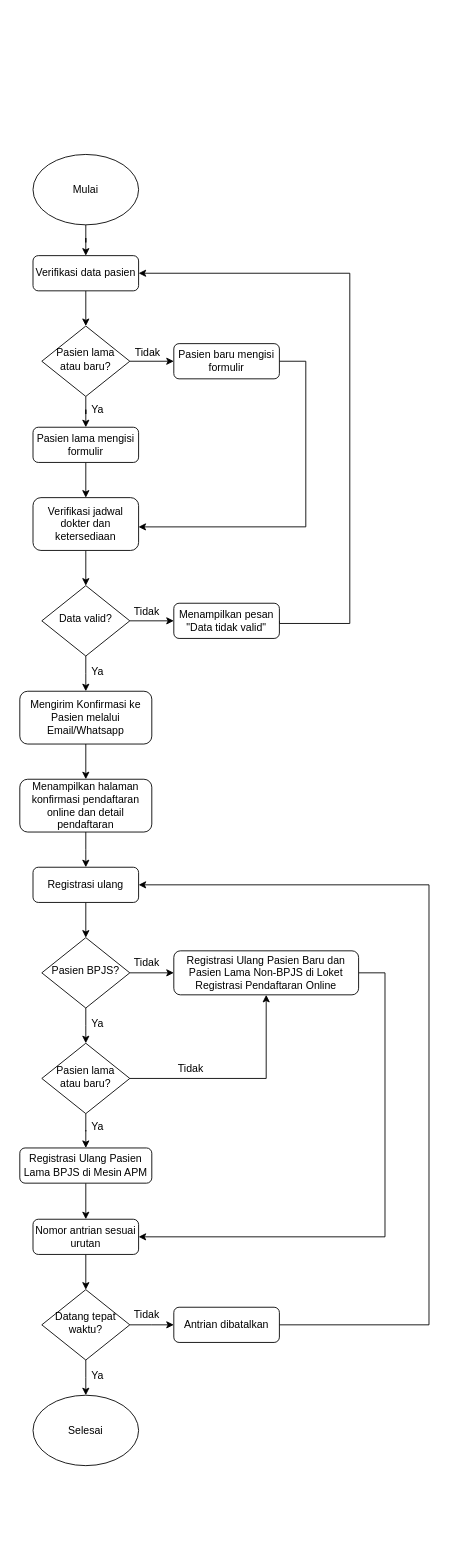
Above: page "flowchart" (1 of 6) of Final Task KlinikGo.drawio.xml in evelynwijayaa/KlinikGo-Rakamin (draw.io), before the change. Source tidied: cells renumbered, new cells numbered last; positions are measured from the earlier drawing's top-left corner, leaving out a move shared by most shapes. Both pictures are drawn from the tidied source at 88%, with x=0, y=0 at pixel (19, 154).
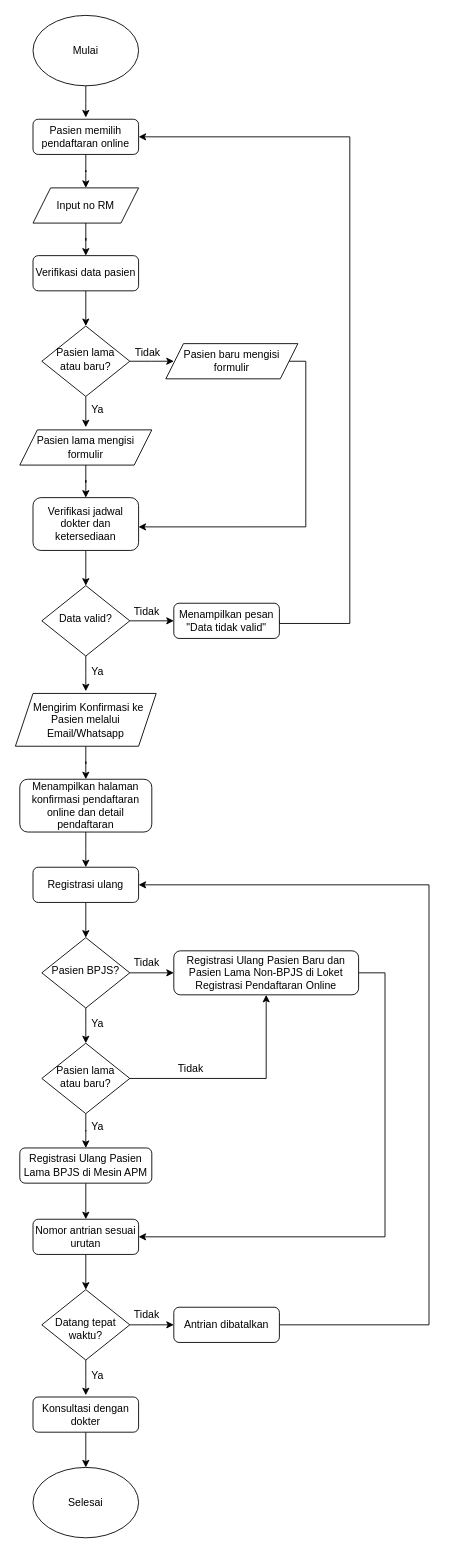
After the change.

Unchanged cells that the change refers to:
```xml
<mxCell id="3" value="Verifikasi data pasien" style="rounded=1;whiteSpace=wrap;html=1;fontSize=12;glass=0;strokeWidth=1;shadow=0;" parent="1" vertex="1">
  <mxGeometry x="15" y="115" width="120" height="40" as="geometry" />
</mxCell>
<mxCell id="6" value="Pasien lama&lt;br&gt;atau baru?" style="rhombus;whiteSpace=wrap;html=1;shadow=0;fontFamily=Helvetica;fontSize=12;align=center;strokeWidth=1;spacing=6;spacingTop=-4;" parent="1" vertex="1">
  <mxGeometry x="25" y="195" width="100" height="80" as="geometry" />
</mxCell>
<mxCell id="14" value="Verifikasi jadwal dokter dan ketersediaan" style="rounded=1;whiteSpace=wrap;html=1;fontSize=12;glass=0;strokeWidth=1;shadow=0;" parent="1" vertex="1">
  <mxGeometry x="15" y="390" width="120" height="60" as="geometry" />
</mxCell>
<mxCell id="21" value="Menampilkan pesan &quot;Data tidak valid&quot;" style="rounded=1;whiteSpace=wrap;html=1;fontSize=12;glass=0;strokeWidth=1;shadow=0;" parent="1" vertex="1">
  <mxGeometry x="175" y="510" width="120" height="40" as="geometry" />
</mxCell>
<mxCell id="27" value="Menampilkan halaman konfirmasi pendaftaran online dan detail pendaftaran" style="rounded=1;whiteSpace=wrap;html=1;fontSize=12;glass=0;strokeWidth=1;shadow=0;" parent="1" vertex="1">
  <mxGeometry y="710" width="150" height="60" as="geometry" />
</mxCell>
```

Change to the diagram source:
```diff
@@
-    <mxCell id="4" style="edgeStyle=orthogonalEdgeStyle;rounded=0;jettySize=auto;html=1;" parent="1" edge="1" source="6" target="12">
-      <mxGeometry relative="1" as="geometry" />
+    <mxCell id="4" style="edgeStyle=orthogonalEdgeStyle;rounded=0;jettySize=auto;html=1;" parent="1" edge="1" source="6">
+      <mxGeometry relative="1" as="geometry">
+        <mxPoint x="75" y="310" as="targetPoint" />
+      </mxGeometry>
     </mxCell>
-    <mxCell id="5" style="edgeStyle=orthogonalEdgeStyle;rounded=0;jettySize=auto;html=1;" parent="1" edge="1" source="6" target="10">
-      <mxGeometry relative="1" as="geometry" />
+    <mxCell id="5" style="edgeStyle=orthogonalEdgeStyle;rounded=0;jettySize=auto;html=1;" parent="1" edge="1" source="6">
+      <mxGeometry relative="1" as="geometry">
+        <mxPoint x="175" y="235" as="targetPoint" />
+      </mxGeometry>
     </mxCell>
@@
-    <mxCell id="7" style="edgeStyle=orthogonalEdgeStyle;rounded=0;jettySize=auto;html=1;" parent="1" edge="1" source="8" target="3">
-      <mxGeometry relative="1" as="geometry" />
+    <mxCell id="7" style="edgeStyle=orthogonalEdgeStyle;rounded=0;jettySize=auto;html=1;" parent="1" edge="1" source="8">
+      <mxGeometry relative="1" as="geometry">
+        <mxPoint x="75" y="-42" as="targetPoint" />
+      </mxGeometry>
     </mxCell>
     <mxCell id="8" value="Mulai" style="ellipse;whiteSpace=wrap;html=1;" parent="1" vertex="1">
-      <mxGeometry x="15" width="120" height="80" as="geometry" />
+      <mxGeometry x="15" y="-158" width="120" height="80" as="geometry" />
     </mxCell>
-    <mxCell id="9" style="edgeStyle=orthogonalEdgeStyle;rounded=0;jettySize=auto;html=1;entryX=0.999;entryY=0.554;entryDx=0;entryDy=0;exitX=1;exitY=0.5;exitDx=0;exitDy=0;entryPerimeter=0;" parent="1" edge="1" source="10" target="14">
+    <mxCell id="9" style="edgeStyle=orthogonalEdgeStyle;rounded=0;jettySize=auto;html=1;entryX=0.999;entryY=0.554;entryDx=0;entryDy=0;entryPerimeter=0;" parent="1" edge="1" source="10" target="14">
       <mxGeometry relative="1" as="geometry">
         <Array as="points">
           <mxPoint x="325" y="235" />
           <mxPoint x="325" y="423" />
         </Array>
       </mxGeometry>
     </mxCell>
-    <mxCell id="10" value="Pasien baru mengisi formulir" style="rounded=1;whiteSpace=wrap;html=1;fontSize=12;glass=0;strokeWidth=1;shadow=0;" parent="1" vertex="1">
-      <mxGeometry x="175" y="215" width="120" height="40" as="geometry" />
-    </mxCell>
-    <mxCell id="11" style="edgeStyle=orthogonalEdgeStyle;rounded=0;jettySize=auto;html=1;" parent="1" edge="1" source="12" target="14">
-      <mxGeometry relative="1" as="geometry" />
-    </mxCell>
-    <mxCell id="12" value="Pasien lama mengisi formulir" style="rounded=1;whiteSpace=wrap;html=1;fontSize=12;glass=0;strokeWidth=1;shadow=0;" parent="1" vertex="1">
-      <mxGeometry x="15" y="310" width="120" height="40" as="geometry" />
-    </mxCell>
@@
-    <mxCell id="20" style="edgeStyle=orthogonalEdgeStyle;rounded=0;jettySize=auto;html=1;entryX=1;entryY=0.5;entryDx=0;entryDy=0;exitX=1;exitY=0.5;exitDx=0;exitDy=0;" parent="1" edge="1" source="21" target="3">
+    <mxCell id="20" style="edgeStyle=orthogonalEdgeStyle;rounded=0;jettySize=auto;html=1;entryX=1;entryY=0.5;entryDx=0;entryDy=0;exitX=1;exitY=0.5;exitDx=0;exitDy=0;" parent="1" edge="1" source="21" target="55">
       <mxGeometry relative="1" as="geometry">
         <Array as="points">
           <mxPoint x="295" y="533" />
           <mxPoint x="375" y="533" />
-          <mxPoint x="375" y="135" />
+          <mxPoint x="375" y="-20" />
         </Array>
       </mxGeometry>
     </mxCell>
@@
-    <mxCell id="22" style="edgeStyle=orthogonalEdgeStyle;rounded=0;jettySize=auto;html=1;" parent="1" edge="1" source="23" target="27">
-      <mxGeometry relative="1" as="geometry" />
-    </mxCell>
-    <mxCell id="23" value="Mengirim Konfirmasi ke Pasien melalui Email/Whatsapp" style="rounded=1;whiteSpace=wrap;html=1;fontSize=12;glass=0;strokeWidth=1;shadow=0;" parent="1" vertex="1">
-      <mxGeometry y="610" width="150" height="60" as="geometry" />
-    </mxCell>
@@
-    <mxCell id="48" value="Datang tepat waktu?" style="rhombus;whiteSpace=wrap;html=1;shadow=0;fontFamily=Helvetica;fontSize=12;align=center;strokeWidth=1;spacing=6;spacingTop=-4;" parent="1" vertex="1">
+    <mxCell id="48" value="&lt;br&gt;Datang tepat waktu?" style="rhombus;whiteSpace=wrap;html=1;shadow=0;fontFamily=Helvetica;fontSize=12;align=center;strokeWidth=1;spacing=6;spacingTop=-4;" parent="1" vertex="1">
       <mxGeometry x="25" y="1290" width="100" height="80" as="geometry" />
     </mxCell>
@@
     <mxCell id="51" value="Selesai" style="ellipse;whiteSpace=wrap;html=1;" parent="1" vertex="1">
-      <mxGeometry x="15" y="1410" width="120" height="80" as="geometry" />
+      <mxGeometry x="15" y="1492" width="120" height="80" as="geometry" />
     </mxCell>
@@
+    <mxCell id="54" style="edgeStyle=orthogonalEdgeStyle;rounded=0;jettySize=auto;html=1;" parent="1" edge="1" source="55" target="57">
+      <mxGeometry relative="1" as="geometry" />
+    </mxCell>
+    <mxCell id="55" value="Pasien memilih pendaftaran online" style="rounded=1;whiteSpace=wrap;html=1;fontSize=12;glass=0;strokeWidth=1;shadow=0;" parent="1" vertex="1">
+      <mxGeometry x="15" y="-40" width="120" height="40" as="geometry" />
+    </mxCell>
+    <mxCell id="56" style="edgeStyle=orthogonalEdgeStyle;rounded=0;jettySize=auto;html=1;entryX=0.5;entryY=0;entryDx=0;entryDy=0;" parent="1" edge="1" source="57" target="3">
+      <mxGeometry relative="1" as="geometry" />
+    </mxCell>
+    <mxCell id="57" value="Input no RM" style="shape=parallelogram;perimeter=parallelogramPerimeter;whiteSpace=wrap;html=1;fixedSize=1;" parent="1" vertex="1">
+      <mxGeometry x="15" y="38" width="120" height="40" as="geometry" />
+    </mxCell>
+    <mxCell id="10" value="Pasien baru mengisi formulir" style="shape=parallelogram;perimeter=parallelogramPerimeter;whiteSpace=wrap;html=1;fixedSize=1;" parent="1" vertex="1">
+      <mxGeometry x="166" y="215" width="150" height="40" as="geometry" />
+    </mxCell>
+    <mxCell id="11" style="edgeStyle=orthogonalEdgeStyle;rounded=0;jettySize=auto;html=1;" parent="1" edge="1" source="12" target="14">
+      <mxGeometry relative="1" as="geometry" />
+    </mxCell>
+    <mxCell id="12" value="Pasien lama mengisi formulir" style="shape=parallelogram;perimeter=parallelogramPerimeter;whiteSpace=wrap;html=1;fixedSize=1;" parent="1" vertex="1">
+      <mxGeometry y="313" width="150" height="40" as="geometry" />
+    </mxCell>
+    <mxCell id="22" style="edgeStyle=orthogonalEdgeStyle;rounded=0;jettySize=auto;html=1;" parent="1" edge="1" source="23" target="27">
+      <mxGeometry relative="1" as="geometry" />
+    </mxCell>
+    <mxCell id="23" value="&amp;nbsp; Mengirim Konfirmasi ke Pasien melalui Email/Whatsapp" style="shape=parallelogram;perimeter=parallelogramPerimeter;whiteSpace=wrap;html=1;fixedSize=1;size=20;" parent="1" vertex="1">
+      <mxGeometry x="-5" y="612.5" width="160" height="60" as="geometry" />
+    </mxCell>
+    <mxCell id="58" style="edgeStyle=orthogonalEdgeStyle;rounded=0;jettySize=auto;html=1;" parent="1" edge="1" source="59" target="51">
+      <mxGeometry relative="1" as="geometry" />
+    </mxCell>
+    <mxCell id="59" value="Konsultasi dengan dokter" style="rounded=1;whiteSpace=wrap;html=1;fontSize=12;glass=0;strokeWidth=1;shadow=0;" parent="1" vertex="1">
+      <mxGeometry x="15" y="1412" width="120" height="40" as="geometry" />
+    </mxCell>
```
